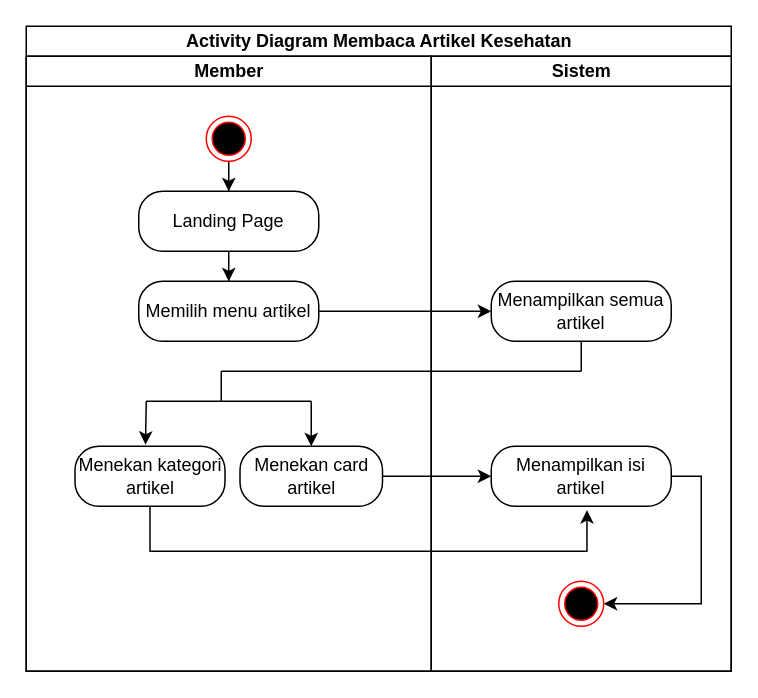
Before: activity diagram/Member/membaca artikel kesehatan.drawio in Muhamadrafliseptian/rancangan-sistem-dan-dokumen, a draw.io diagram. Source tidied: cells renumbered, new cells numbered last; positions are measured from the earlier drawing's top-left corner, leaving out a move shared by most shapes. Both pictures are drawn from the tidied source at 150%, with x=0, y=0 at pixel (26, 26).
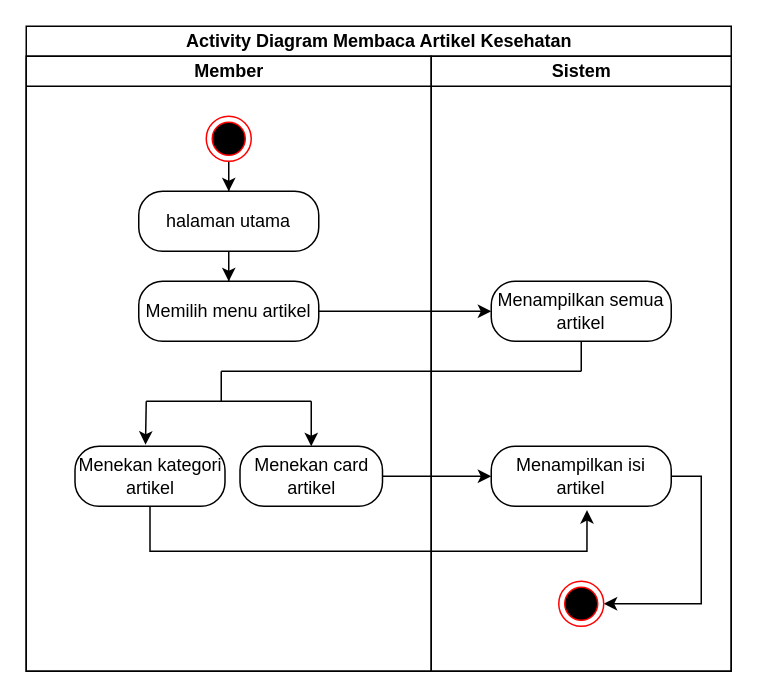
The same page after the edit.

The change refers to these unchanged cells:
```xml
<mxCell id="3" value="Member" style="swimlane;startSize=20;html=1;" parent="2" vertex="1">
  <mxGeometry y="20" width="270" height="410" as="geometry" />
</mxCell>
```

Change to the diagram source:
```diff
@@
-    <mxCell id="7" value="Landing Page" style="rounded=1;whiteSpace=wrap;html=1;arcSize=40;fontColor=#000000;fillColor=default;strokeColor=default;" parent="3" vertex="1">
+    <mxCell id="7" value="halaman utama" style="rounded=1;whiteSpace=wrap;html=1;arcSize=40;fontColor=#000000;fillColor=default;strokeColor=default;" parent="3" vertex="1">
       <mxGeometry x="75" y="90" width="120" height="40" as="geometry" />
     </mxCell>
```
